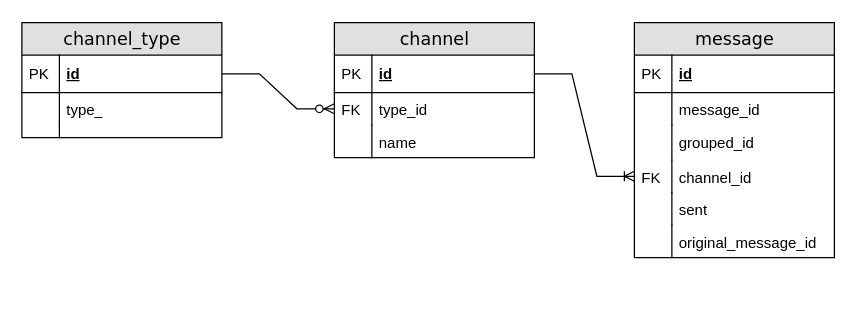
The draw.io diagram documentaion/diagrams/drawio_sources/metadata_db.drawio in borisevich-a-v/telegram_posts_aggregator, before the edit. Source tidied: cells renumbered, new cells numbered last; positions are measured from the earlier drawing's top-left corner, leaving out a move shared by most shapes. Both pictures are drawn from the tidied source at 125%, with x=0, y=0 at pixel (21, 21).
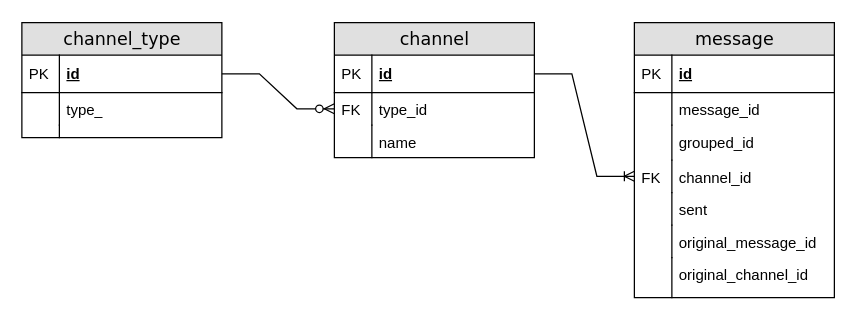
The same diagram, later.

The edit, as a diff of the source:
```diff
@@
     <mxCell id="16" value="message" style="swimlane;html=1;fontStyle=0;horizontal=1;startSize=26;fillColor=#e0e0e0;swimlaneFillColor=#ffffff;align=center;rounded=0;shadow=0;comic=0;labelBackgroundColor=none;strokeWidth=1;fontFamily=Verdana;fontSize=14;" parent="1" vertex="1">
-      <mxGeometry x="490" y="0.5" width="160" height="188" as="geometry" />
+      <mxGeometry x="490" y="0.5" width="160" height="220" as="geometry" />
     </mxCell>
@@
+    <mxCell id="31" value="original_channel_id" style="shape=partialRectangle;top=0;left=0;right=0;bottom=0;html=1;align=left;verticalAlign=top;fillColor=none;spacingLeft=34;spacingRight=4;whiteSpace=wrap;overflow=hidden;" parent="16" vertex="1">
+      <mxGeometry y="188" width="160" height="32" as="geometry" />
+    </mxCell>
+    <mxCell id="32" style="shape=partialRectangle;top=0;left=0;bottom=0;html=1;fillColor=none;align=left;verticalAlign=top;spacingLeft=4;spacingRight=4;whiteSpace=wrap;overflow=hidden;" parent="31" vertex="1">
+      <mxGeometry width="30" height="32" as="geometry" />
+    </mxCell>
```
